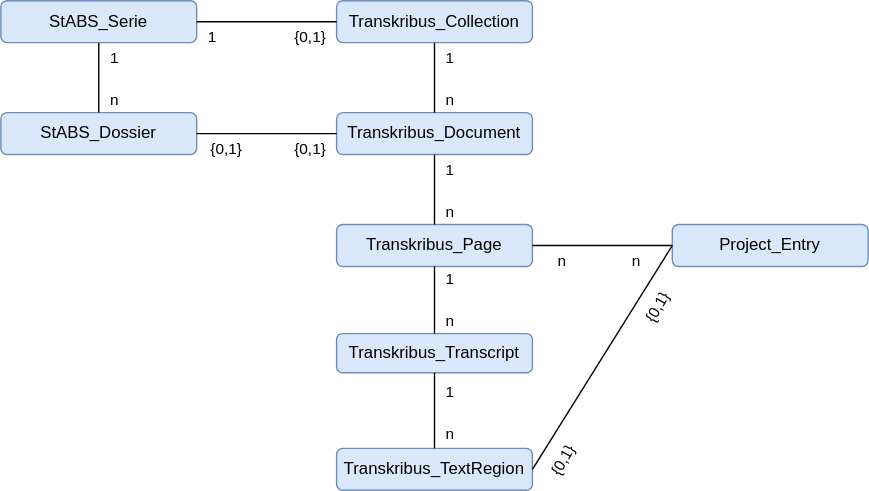
Above: entityRelations.svg in history-unibas/Postgresql-Project-Database (draw.io), before the change. Source tidied: cells renumbered, new cells last; positions are measured from the earlier drawing's top-left corner, leaving out a move shared by most shapes.
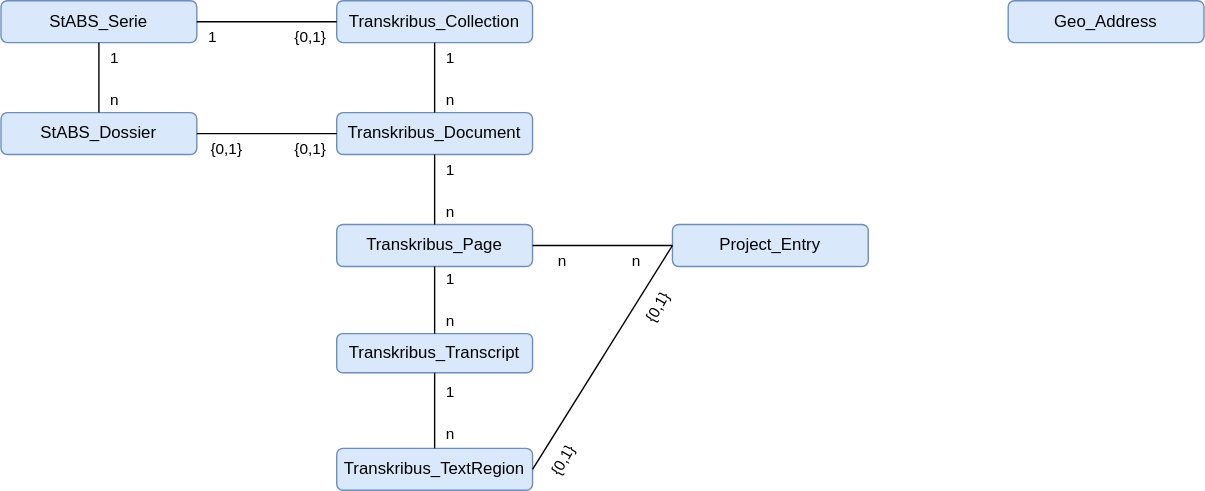
After the change.

Commit message:
add entity geo_address

What changed in the source:
```diff
@@ -143,5 +143,8 @@
         <mxPoint x="38" y="-35" as="offset" />
       </mxGeometry>
     </mxCell>
+    <mxCell id="37" value="Geo_Address" style="rounded=1;whiteSpace=wrap;html=1;fillColor=#dae8fc;strokeColor=#6c8ebf;" parent="1" vertex="1">
+      <mxGeometry x="720" width="140" height="30" as="geometry" />
+    </mxCell>
   </root>
 </mxGraphModel>
```
